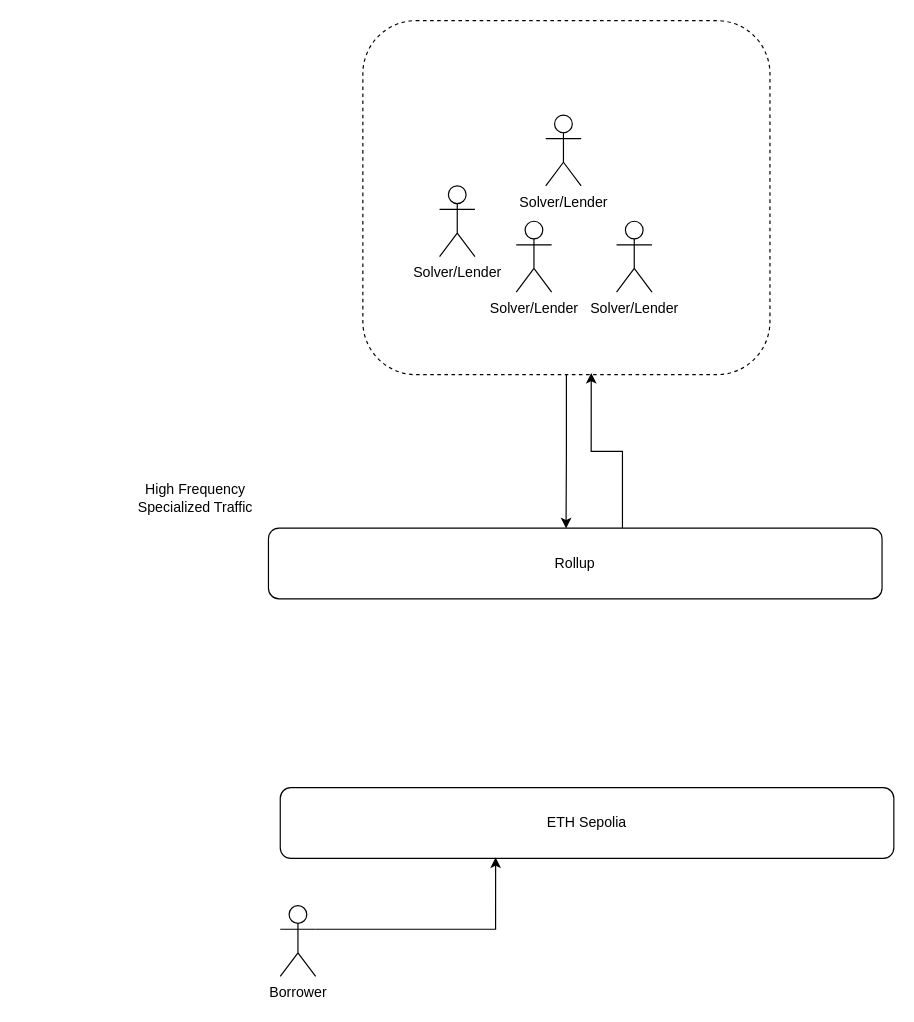
Above: page "Brewery Lend" (8 of 8) of Decentralized Architectures.drawio in ChanX21/Diagrams (draw.io), before the change. Source tidied: cells renumbered, new cells numbered last; positions are measured from the earlier drawing's top-left corner, leaving out a move shared by most shapes. Both pictures are drawn from the tidied source at 118%, with x=0, y=0 at pixel (114, 20).
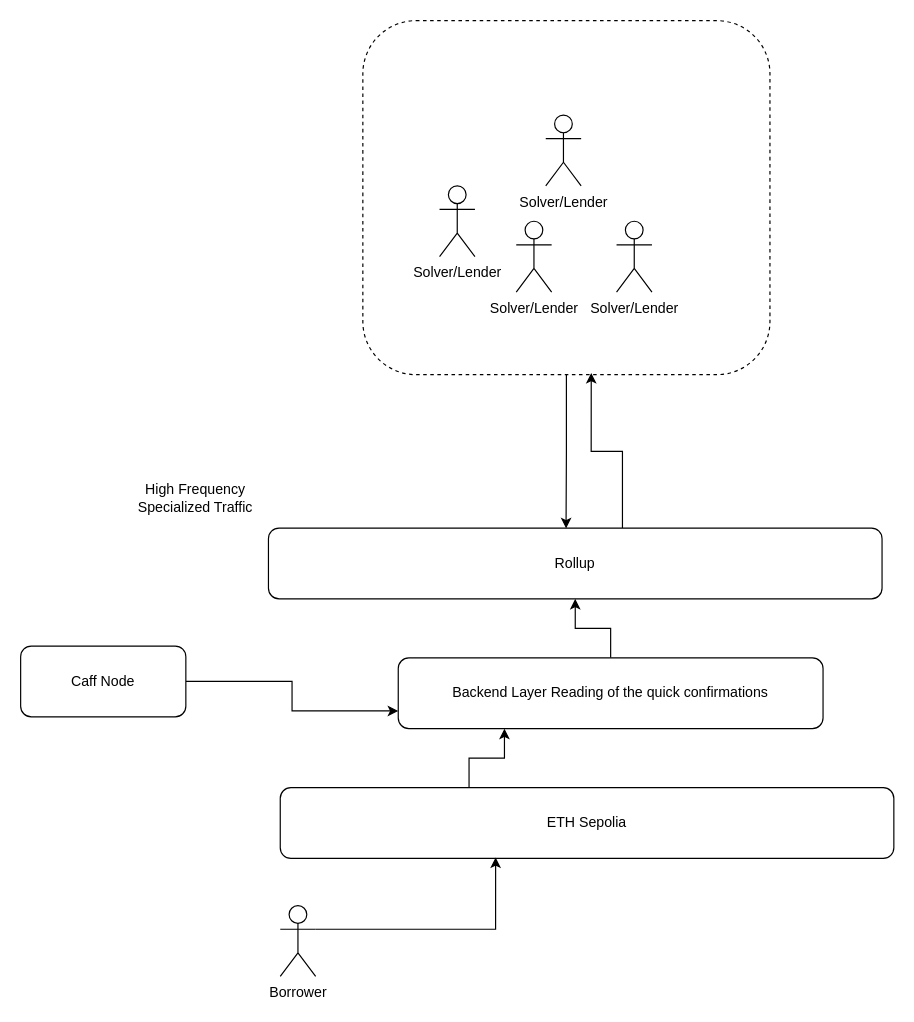
The same page after the edit.

Unchanged cells that the change refers to:
```xml
<mxCell id="3" value="ETH Sepolia" style="rounded=1;whiteSpace=wrap;html=1;" parent="1" vertex="1">
  <mxGeometry x="140" y="650" width="520" height="60" as="geometry" />
</mxCell>
<mxCell id="4" value="Rollup" style="rounded=1;whiteSpace=wrap;html=1;" parent="1" vertex="1">
  <mxGeometry x="130" y="430" width="520" height="60" as="geometry" />
</mxCell>
```

Diff of the diagram source:
```diff
@@
+    <mxCell id="14" style="edgeStyle=orthogonalEdgeStyle;rounded=0;jettySize=auto;html=1;entryX=0.25;entryY=1;entryDx=0;entryDy=0;" parent="1" edge="1" source="3" target="16">
+      <mxGeometry relative="1" as="geometry">
+        <Array as="points">
+          <mxPoint x="300" y="625" />
+          <mxPoint x="330" y="625" />
+        </Array>
+      </mxGeometry>
+    </mxCell>
@@
+    <mxCell id="15" style="edgeStyle=orthogonalEdgeStyle;rounded=0;jettySize=auto;html=1;" parent="1" edge="1" source="16" target="4">
+      <mxGeometry relative="1" as="geometry" />
+    </mxCell>
+    <mxCell id="16" value="Backend Layer Reading of the quick confirmations" style="rounded=1;whiteSpace=wrap;html=1;" parent="1" vertex="1">
+      <mxGeometry x="240" y="540" width="360" height="60" as="geometry" />
+    </mxCell>
+    <mxCell id="17" style="edgeStyle=orthogonalEdgeStyle;rounded=0;jettySize=auto;html=1;entryX=0;entryY=0.75;entryDx=0;entryDy=0;" parent="1" edge="1" source="18" target="16">
+      <mxGeometry relative="1" as="geometry" />
+    </mxCell>
+    <mxCell id="18" value="Caff Node" style="rounded=1;whiteSpace=wrap;html=1;" parent="1" vertex="1">
+      <mxGeometry x="-80" y="530" width="140" height="60" as="geometry" />
+    </mxCell>
```
